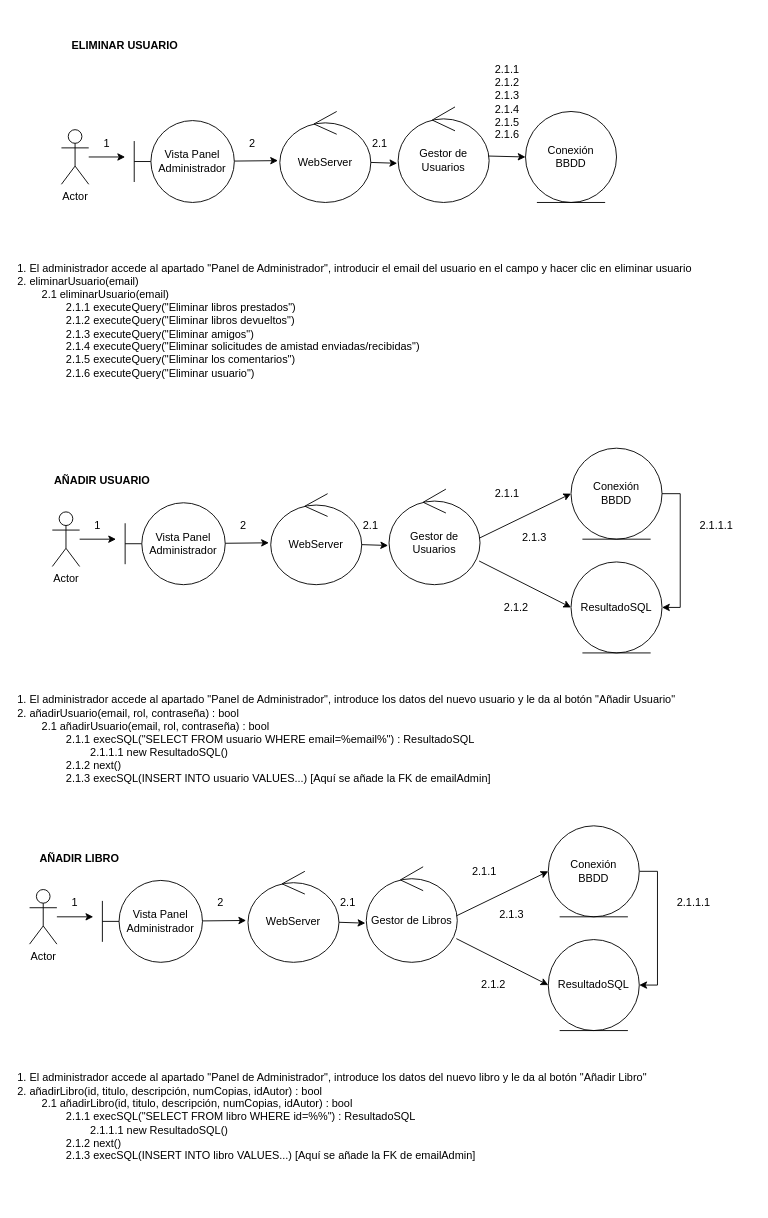
Adrimr7/ADSI23_biblioteca_e3scape keeps this draw.io diagram as diagComunicacion/administrador/DiagramaDeComunicacion.drawio. Above is the earlier version. Source tidied: cells renumbered, new cells numbered last; positions are measured from the earlier drawing's top-left corner, leaving out a move shared by most shapes. Both pictures are drawn from the tidied source at 91%, with x=0, y=0 at pixel (15, 15).
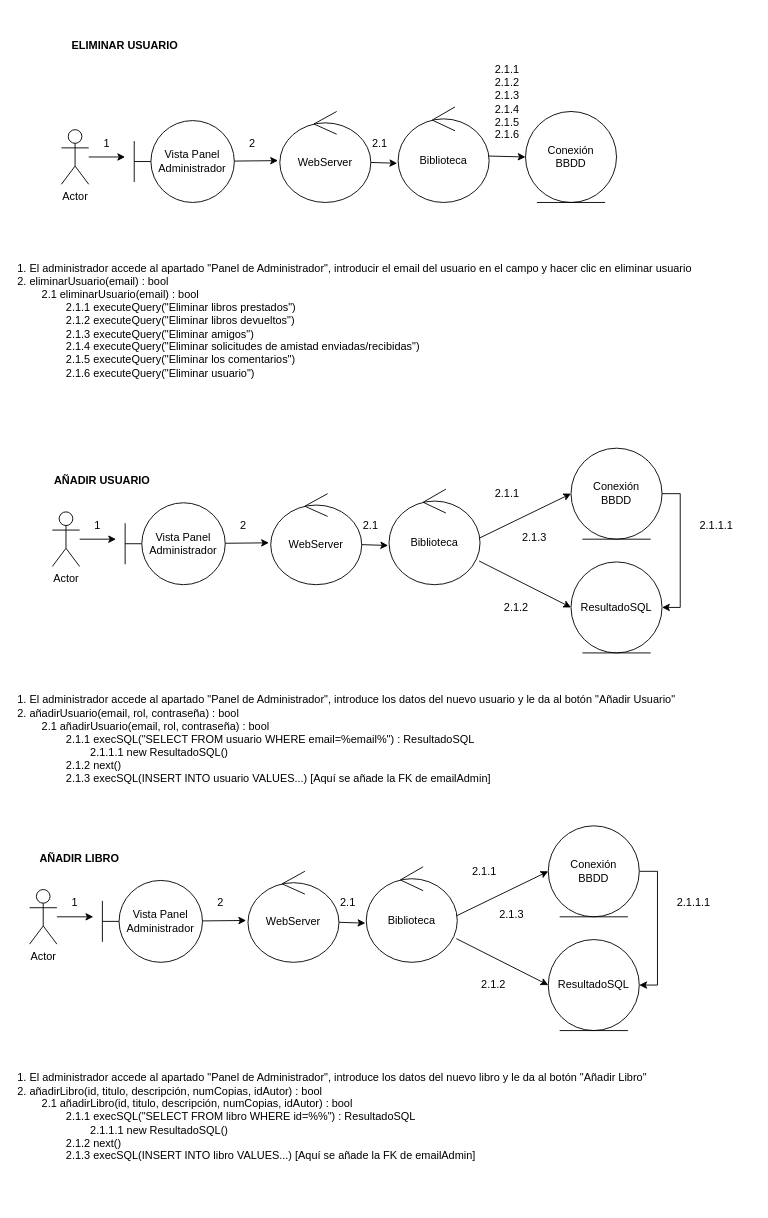
After the change.

What changed in the source:
```diff
@@
-    <mxCell id="7" value="Gestor de Usuarios" style="ellipse;shape=umlControl;whiteSpace=wrap;html=1;" parent="1" vertex="1">
+    <mxCell id="7" value="Biblioteca" style="ellipse;shape=umlControl;whiteSpace=wrap;html=1;" parent="1" vertex="1">
       <mxGeometry x="420" y="100" width="100" height="105" as="geometry" />
     </mxCell>
-    <mxCell id="8" value="1. El administrador accede al apartado &quot;Panel de Administrador&quot;, introducir el email del usuario en el campo y hacer clic en eliminar usuario&lt;br&gt;2. eliminarUsuario(email)&lt;br&gt;&lt;span style=&quot;white-space: pre;&quot;&gt;&#9;&lt;/span&gt;2.1 eliminarUsuario(email)&lt;br&gt;&lt;span style=&quot;&quot;&gt;&lt;span style=&quot;white-space: pre;&quot;&gt;&amp;nbsp;&amp;nbsp;&amp;nbsp;&amp;nbsp;&lt;/span&gt;&lt;/span&gt;&lt;span style=&quot;&quot;&gt;&lt;span style=&quot;white-space: pre;&quot;&gt;&amp;nbsp;&amp;nbsp;&amp;nbsp;&amp;nbsp;&lt;span style=&quot;white-space: pre;&quot;&gt;&#9;&lt;/span&gt;&lt;/span&gt;&lt;/span&gt;2.1.1 executeQuery(&quot;Eliminar libros prestados&quot;)&lt;br&gt;&lt;span style=&quot;white-space: pre;&quot;&gt;&#9;&lt;/span&gt;&lt;span style=&quot;white-space: pre;&quot;&gt;&#9;&lt;/span&gt;2.1.2 executeQuery(&quot;Eliminar libros devueltos&quot;)&lt;br&gt;&lt;span style=&quot;white-space: pre;&quot;&gt;&#9;&lt;/span&gt;&lt;span style=&quot;white-space: pre;&quot;&gt;&#9;&lt;/span&gt;2.1.3 executeQuery(&quot;Eliminar amigos&quot;)&lt;br&gt;&lt;span style=&quot;white-space: pre;&quot;&gt;&#9;&lt;/span&gt;&lt;span style=&quot;white-space: pre;&quot;&gt;&#9;&lt;/span&gt;2.1.4 executeQuery(&quot;Eliminar solicitudes de amistad enviadas/recibidas&quot;)&lt;br&gt;&lt;span style=&quot;white-space: pre;&quot;&gt;&#9;&lt;/span&gt;&lt;span style=&quot;white-space: pre;&quot;&gt;&#9;&lt;/span&gt;2.1.5 executeQuery(&quot;Eliminar los comentarios&quot;)&lt;br&gt;&lt;span style=&quot;white-space: pre;&quot;&gt;&#9;&lt;/span&gt;&lt;span style=&quot;white-space: pre;&quot;&gt;&#9;&lt;/span&gt;2.1.6 executeQuery(&quot;Eliminar usuario&quot;)" style="text;html=1;strokeColor=none;fillColor=none;align=left;verticalAlign=middle;whiteSpace=wrap;rounded=0;" parent="1" vertex="1">
+    <mxCell id="8" value="1. El administrador accede al apartado &quot;Panel de Administrador&quot;, introducir el email del usuario en el campo y hacer clic en eliminar usuario&lt;br&gt;2. eliminarUsuario(email) : bool&lt;br&gt;&lt;span style=&quot;white-space: pre;&quot;&gt;&#9;&lt;/span&gt;2.1 eliminarUsuario(email) : bool&lt;br&gt;&lt;span style=&quot;&quot;&gt;&lt;span style=&quot;white-space: pre;&quot;&gt;&amp;nbsp;&amp;nbsp;&amp;nbsp;&amp;nbsp;&lt;/span&gt;&lt;/span&gt;&lt;span style=&quot;&quot;&gt;&lt;span style=&quot;white-space: pre;&quot;&gt;&amp;nbsp;&amp;nbsp;&amp;nbsp;&amp;nbsp;&lt;span style=&quot;white-space: pre;&quot;&gt;&#9;&lt;/span&gt;&lt;/span&gt;&lt;/span&gt;2.1.1 executeQuery(&quot;Eliminar libros prestados&quot;)&lt;br&gt;&lt;span style=&quot;white-space: pre;&quot;&gt;&#9;&lt;/span&gt;&lt;span style=&quot;white-space: pre;&quot;&gt;&#9;&lt;/span&gt;2.1.2 executeQuery(&quot;Eliminar libros devueltos&quot;)&lt;br&gt;&lt;span style=&quot;white-space: pre;&quot;&gt;&#9;&lt;/span&gt;&lt;span style=&quot;white-space: pre;&quot;&gt;&#9;&lt;/span&gt;2.1.3 executeQuery(&quot;Eliminar amigos&quot;)&lt;br&gt;&lt;span style=&quot;white-space: pre;&quot;&gt;&#9;&lt;/span&gt;&lt;span style=&quot;white-space: pre;&quot;&gt;&#9;&lt;/span&gt;2.1.4 executeQuery(&quot;Eliminar solicitudes de amistad enviadas/recibidas&quot;)&lt;br&gt;&lt;span style=&quot;white-space: pre;&quot;&gt;&#9;&lt;/span&gt;&lt;span style=&quot;white-space: pre;&quot;&gt;&#9;&lt;/span&gt;2.1.5 executeQuery(&quot;Eliminar los comentarios&quot;)&lt;br&gt;&lt;span style=&quot;white-space: pre;&quot;&gt;&#9;&lt;/span&gt;&lt;span style=&quot;white-space: pre;&quot;&gt;&#9;&lt;/span&gt;2.1.6 executeQuery(&quot;Eliminar usuario&quot;)" style="text;html=1;strokeColor=none;fillColor=none;align=left;verticalAlign=middle;whiteSpace=wrap;rounded=0;" parent="1" vertex="1">
       <mxGeometry y="240" width="750" height="190" as="geometry" />
     </mxCell>
@@
-    <mxCell id="22" value="Gestor de Usuarios" style="ellipse;shape=umlControl;whiteSpace=wrap;html=1;" parent="1" vertex="1">
+    <mxCell id="22" value="Biblioteca" style="ellipse;shape=umlControl;whiteSpace=wrap;html=1;" parent="1" vertex="1">
       <mxGeometry x="410" y="520" width="100" height="105" as="geometry" />
     </mxCell>
@@
-    <mxCell id="43" value="Gestor de Libros" style="ellipse;shape=umlControl;whiteSpace=wrap;html=1;" parent="1" vertex="1">
+    <mxCell id="43" value="Biblioteca" style="ellipse;shape=umlControl;whiteSpace=wrap;html=1;" parent="1" vertex="1">
       <mxGeometry x="385" y="935" width="100" height="105" as="geometry" />
     </mxCell>
```
